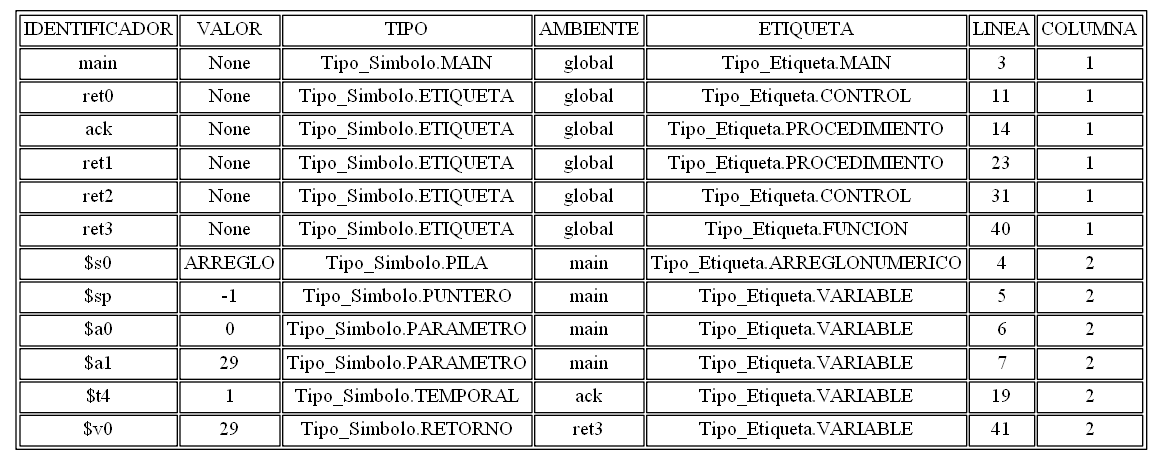
The Graphviz diagram tablasimbolos.png in AndreeAvalos/OLC2-AUGUS, before a commit. Its source is kept beside it as tablasimbolos.dot.
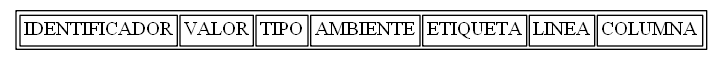
Later version of the same file.

Diff of the diagram source:
```diff
@@ -3,18 +3,6 @@
 graph [bb="0,0,352,154"];
 arset [label=<<TABLE ALIGN="LEFT">
 <TR><TD>IDENTIFICADOR</TD><TD>VALOR</TD><TD>TIPO</TD><TD>AMBIENTE</TD><TD>ETIQUETA</TD><TD>LINEA</TD><TD>COLUMNA</TD></TR>
-<TR><TD>main</TD><TD>None</TD><TD>Tipo_Simbolo.MAIN</TD><TD>global</TD><TD>Tipo_Etiqueta.MAIN</TD><TD>3</TD><TD>1</TD></TR>
-<TR><TD>ret0</TD><TD>None</TD><TD>Tipo_Simbolo.ETIQUETA</TD><TD>global</TD><TD>Tipo_Etiqueta.CONTROL</TD><TD>11</TD><TD>1</TD></TR>
-<TR><TD>ack</TD><TD>None</TD><TD>Tipo_Simbolo.ETIQUETA</TD><TD>global</TD><TD>Tipo_Etiqueta.PROCEDIMIENTO</TD><TD>14</TD><TD>1</TD></TR>
-<TR><TD>ret1</TD><TD>None</TD><TD>Tipo_Simbolo.ETIQUETA</TD><TD>global</TD><TD>Tipo_Etiqueta.PROCEDIMIENTO</TD><TD>23</TD><TD>1</TD></TR>
-<TR><TD>ret2</TD><TD>None</TD><TD>Tipo_Simbolo.ETIQUETA</TD><TD>global</TD><TD>Tipo_Etiqueta.CONTROL</TD><TD>31</TD><TD>1</TD></TR>
-<TR><TD>ret3</TD><TD>None</TD><TD>Tipo_Simbolo.ETIQUETA</TD><TD>global</TD><TD>Tipo_Etiqueta.FUNCION</TD><TD>40</TD><TD>1</TD></TR>
-<TR><TD>$s0</TD><TD>ARREGLO</TD><TD>Tipo_Simbolo.PILA</TD><TD>main</TD><TD>Tipo_Etiqueta.ARREGLONUMERICO</TD><TD>4</TD><TD>2</TD></TR>
-<TR><TD>$sp</TD><TD>-1</TD><TD>Tipo_Simbolo.PUNTERO</TD><TD>main</TD><TD>Tipo_Etiqueta.VARIABLE</TD><TD>5</TD><TD>2</TD></TR>
-<TR><TD>$a0</TD><TD>0</TD><TD>Tipo_Simbolo.PARAMETRO</TD><TD>main</TD><TD>Tipo_Etiqueta.VARIABLE</TD><TD>6</TD><TD>2</TD></TR>
-<TR><TD>$a1</TD><TD>29</TD><TD>Tipo_Simbolo.PARAMETRO</TD><TD>main</TD><TD>Tipo_Etiqueta.VARIABLE</TD><TD>7</TD><TD>2</TD></TR>
-<TR><TD>$t4</TD><TD>1</TD><TD>Tipo_Simbolo.TEMPORAL</TD><TD>ack</TD><TD>Tipo_Etiqueta.VARIABLE</TD><TD>19</TD><TD>2</TD></TR>
-<TR><TD>$v0</TD><TD>29</TD><TD>Tipo_Simbolo.RETORNO</TD><TD>ret3</TD><TD>Tipo_Etiqueta.VARIABLE</TD><TD>41</TD><TD>2</TD></TR>
 </TABLE>
 >, ];
 }
```
